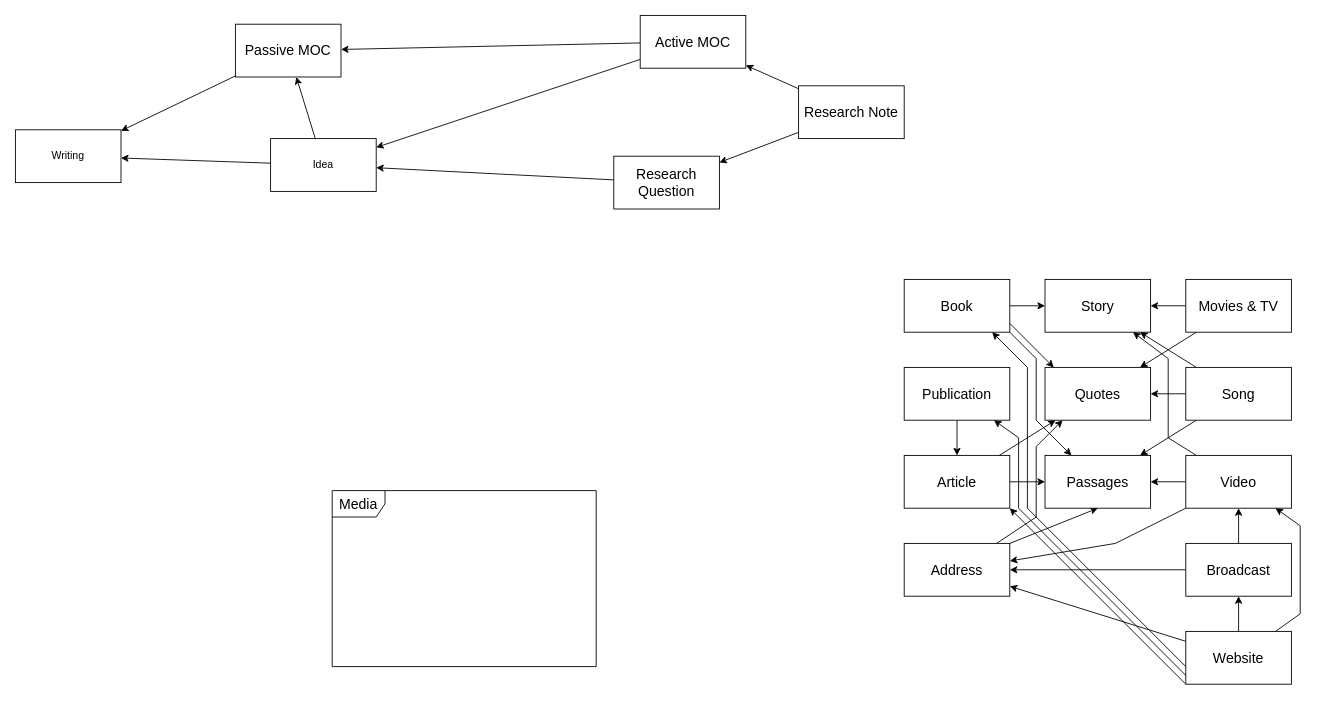
The draw.io diagram Obsidian Structure.drawio in Badwolf369/Diagrams, before the edit. Source tidied: cells renumbered, new cells numbered last; positions are measured from the earlier drawing's top-left corner, leaving out a move shared by most shapes. Both pictures are drawn from the tidied source at 88%, with x=0, y=0 at pixel (15, 15).
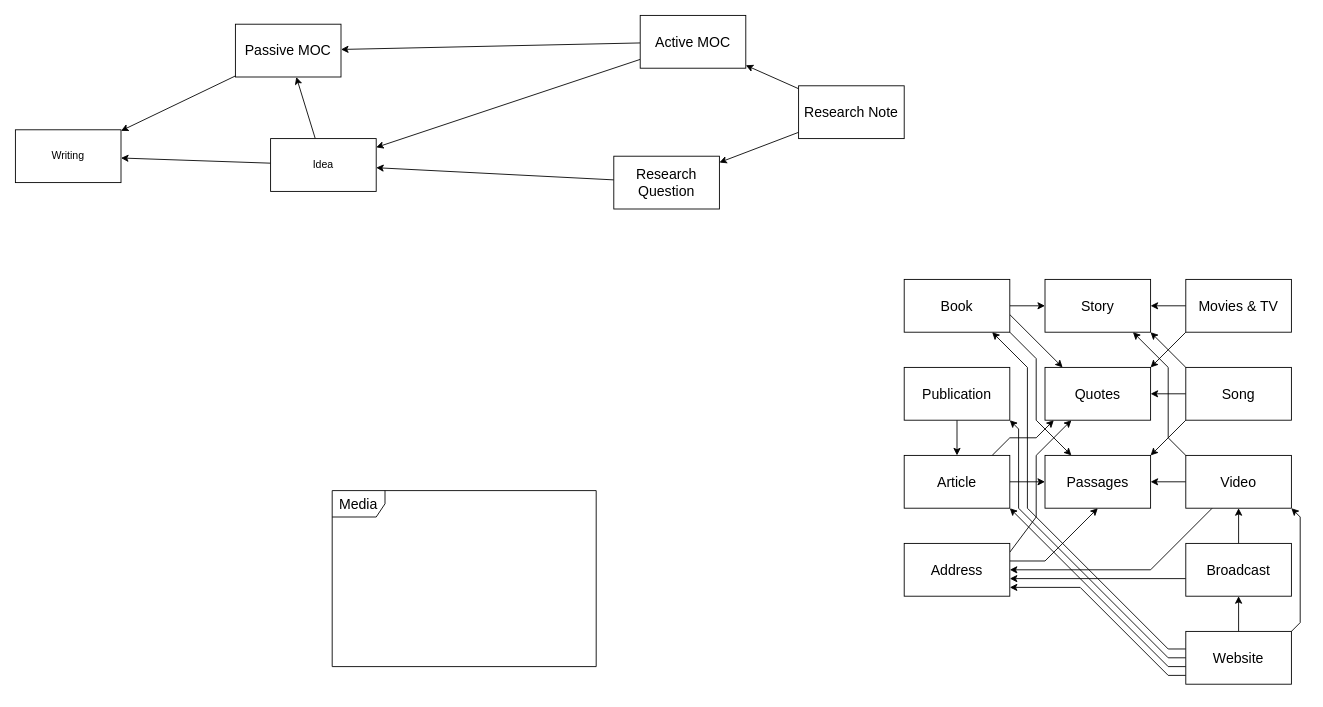
The same diagram, later.

The change refers to these unchanged cells:
```xml
<mxCell id="19" value="Article" style="rounded=0;whiteSpace=wrap;html=1;fontSize=16;" parent="1" vertex="1">
  <mxGeometry x="1010" y="500" width="120" height="60" as="geometry" />
</mxCell>
<mxCell id="21" value="Publication" style="rounded=0;whiteSpace=wrap;html=1;fontSize=16;" parent="1" vertex="1">
  <mxGeometry x="1010" y="400" width="120" height="60" as="geometry" />
</mxCell>
<mxCell id="25" value="Book" style="rounded=0;whiteSpace=wrap;html=1;fontSize=16;" parent="1" vertex="1">
  <mxGeometry x="1010" y="300" width="120" height="60" as="geometry" />
</mxCell>
<mxCell id="28" value="Address" style="rounded=0;whiteSpace=wrap;html=1;fontSize=16;" parent="1" vertex="1">
  <mxGeometry x="1010" y="600" width="120" height="60" as="geometry" />
</mxCell>
<mxCell id="29" value="Passages" style="rounded=0;whiteSpace=wrap;html=1;fontSize=16;" parent="1" vertex="1">
  <mxGeometry x="1170" y="500" width="120" height="60" as="geometry" />
</mxCell>
<mxCell id="30" value="Quotes" style="rounded=0;whiteSpace=wrap;html=1;fontSize=16;" parent="1" vertex="1">
  <mxGeometry x="1170" y="400" width="120" height="60" as="geometry" />
</mxCell>
<mxCell id="31" value="Story" style="rounded=0;whiteSpace=wrap;html=1;fontSize=16;" parent="1" vertex="1">
  <mxGeometry x="1170" y="300" width="120" height="60" as="geometry" />
</mxCell>
<mxCell id="35" value="Song" style="rounded=0;whiteSpace=wrap;html=1;fontSize=16;" parent="1" vertex="1">
  <mxGeometry x="1330" y="400" width="120" height="60" as="geometry" />
</mxCell>
<mxCell id="38" value="Movies &amp;amp; TV" style="rounded=0;whiteSpace=wrap;html=1;fontSize=16;" parent="1" vertex="1">
  <mxGeometry x="1330" y="300" width="120" height="60" as="geometry" />
</mxCell>
<mxCell id="42" value="Video" style="rounded=0;whiteSpace=wrap;html=1;fontSize=16;" parent="1" vertex="1">
  <mxGeometry x="1330" y="500" width="120" height="60" as="geometry" />
</mxCell>
<mxCell id="45" value="Broadcast" style="rounded=0;whiteSpace=wrap;html=1;fontSize=16;" parent="1" vertex="1">
  <mxGeometry x="1330" y="600" width="120" height="60" as="geometry" />
</mxCell>
<mxCell id="52" value="Website" style="rounded=0;whiteSpace=wrap;html=1;fontSize=16;" parent="1" vertex="1">
  <mxGeometry x="1330" y="700" width="120" height="60" as="geometry" />
</mxCell>
```

The edit, as a diff of the source:
```diff
@@
-    <mxCell id="18" style="edgeStyle=none;rounded=0;sketch=0;jettySize=auto;html=1;fontSize=12;endArrow=classic;endFill=1;startSize=6;endSize=6;" parent="1" edge="1" source="19" target="30">
-      <mxGeometry relative="1" as="geometry" />
+    <mxCell id="18" style="edgeStyle=none;rounded=0;sketch=0;jettySize=auto;html=1;fontSize=12;endArrow=classic;endFill=1;startSize=6;endSize=6;exitX=0.833;exitY=0;exitDx=0;exitDy=0;exitPerimeter=0;" parent="1" edge="1" source="19">
+      <mxGeometry relative="1" as="geometry">
+        <mxPoint x="1180" y="460" as="targetPoint" />
+        <Array as="points">
+          <mxPoint x="1130" y="480" />
+          <mxPoint x="1140" y="480" />
+          <mxPoint x="1160" y="480" />
+        </Array>
+      </mxGeometry>
     </mxCell>
@@
-    <mxCell id="24" style="edgeStyle=none;rounded=0;sketch=0;jettySize=auto;html=1;fontSize=12;endArrow=classic;endFill=1;startSize=6;endSize=6;exitX=1;exitY=0.833;exitDx=0;exitDy=0;exitPerimeter=0;entryX=0.083;entryY=0;entryDx=0;entryDy=0;entryPerimeter=0;" parent="1" edge="1" source="25" target="30">
+    <mxCell id="24" style="edgeStyle=none;rounded=0;sketch=0;jettySize=auto;html=1;fontSize=12;endArrow=classic;endFill=1;startSize=6;endSize=6;exitX=1;exitY=0.667;exitDx=0;exitDy=0;exitPerimeter=0;entryX=0.167;entryY=0;entryDx=0;entryDy=0;entryPerimeter=0;" parent="1" edge="1" source="25" target="30">
       <mxGeometry relative="1" as="geometry" />
     </mxCell>
@@
-    <mxCell id="26" style="edgeStyle=none;rounded=0;sketch=0;jettySize=auto;html=1;fontSize=12;endArrow=classic;endFill=1;startSize=6;endSize=6;entryX=0.5;entryY=1;entryDx=0;entryDy=0;exitX=1;exitY=0;exitDx=0;exitDy=0;" parent="1" edge="1" source="28" target="29">
-      <mxGeometry relative="1" as="geometry" />
+    <mxCell id="26" style="edgeStyle=none;rounded=0;sketch=0;jettySize=auto;html=1;fontSize=12;endArrow=classic;endFill=1;startSize=6;endSize=6;entryX=0.5;entryY=1;entryDx=0;entryDy=0;exitX=1;exitY=0.333;exitDx=0;exitDy=0;exitPerimeter=0;" parent="1" edge="1" source="28" target="29">
+      <mxGeometry relative="1" as="geometry">
+        <Array as="points">
+          <mxPoint x="1170" y="620" />
+        </Array>
+      </mxGeometry>
     </mxCell>
-    <mxCell id="27" style="edgeStyle=none;rounded=0;sketch=0;jettySize=auto;html=1;fontSize=12;endArrow=classic;endFill=1;startSize=6;endSize=6;" parent="1" edge="1" source="28">
+    <mxCell id="27" style="edgeStyle=none;rounded=0;sketch=0;jettySize=auto;html=1;fontSize=12;endArrow=classic;endFill=1;startSize=6;endSize=6;exitX=1;exitY=0.167;exitDx=0;exitDy=0;exitPerimeter=0;entryX=0.25;entryY=1;entryDx=0;entryDy=0;" parent="1" edge="1" source="28" target="30">
       <mxGeometry relative="1" as="geometry">
-        <mxPoint x="1190" y="460" as="targetPoint" />
         <Array as="points">
           <mxPoint x="1160" y="570" />
-          <mxPoint x="1160" y="490" />
+          <mxPoint x="1160" y="500" />
         </Array>
       </mxGeometry>
     </mxCell>
@@
-    <mxCell id="32" style="edgeStyle=none;rounded=0;sketch=0;jettySize=auto;html=1;fontSize=12;endArrow=classic;endFill=1;startSize=6;endSize=6;" parent="1" edge="1" source="35" target="31">
+    <mxCell id="32" style="edgeStyle=none;rounded=0;sketch=0;jettySize=auto;html=1;fontSize=12;endArrow=classic;endFill=1;startSize=6;endSize=6;entryX=1;entryY=1;entryDx=0;entryDy=0;exitX=0;exitY=0;exitDx=0;exitDy=0;" parent="1" edge="1" source="35" target="31">
       <mxGeometry relative="1" as="geometry" />
     </mxCell>
@@
-    <mxCell id="34" style="edgeStyle=none;rounded=0;sketch=0;jettySize=auto;html=1;fontSize=12;endArrow=classic;endFill=1;startSize=6;endSize=6;" parent="1" edge="1" source="35" target="29">
+    <mxCell id="34" style="edgeStyle=none;rounded=0;sketch=0;jettySize=auto;html=1;fontSize=12;endArrow=classic;endFill=1;startSize=6;endSize=6;entryX=1;entryY=0;entryDx=0;entryDy=0;exitX=0;exitY=1;exitDx=0;exitDy=0;" parent="1" edge="1" source="35" target="29">
       <mxGeometry relative="1" as="geometry" />
     </mxCell>
@@
-    <mxCell id="36" style="edgeStyle=none;rounded=0;sketch=0;jettySize=auto;html=1;fontSize=12;endArrow=classic;endFill=1;startSize=6;endSize=6;" parent="1" edge="1" source="38" target="30">
+    <mxCell id="36" style="edgeStyle=none;rounded=0;sketch=0;jettySize=auto;html=1;fontSize=12;endArrow=classic;endFill=1;startSize=6;endSize=6;entryX=1;entryY=0;entryDx=0;entryDy=0;exitX=0;exitY=1;exitDx=0;exitDy=0;" parent="1" edge="1" source="38" target="30">
       <mxGeometry relative="1" as="geometry" />
     </mxCell>
@@
-    <mxCell id="39" style="edgeStyle=none;rounded=0;sketch=0;jettySize=auto;html=1;fontSize=12;endArrow=classic;endFill=1;startSize=6;endSize=6;" parent="1" edge="1" source="42" target="31">
+    <mxCell id="39" style="edgeStyle=none;rounded=0;sketch=0;jettySize=auto;html=1;fontSize=12;endArrow=classic;endFill=1;startSize=6;endSize=6;exitX=0;exitY=0;exitDx=0;exitDy=0;entryX=0.833;entryY=1;entryDx=0;entryDy=0;entryPerimeter=0;" parent="1" edge="1" source="42" target="31">
       <mxGeometry relative="1" as="geometry">
         <Array as="points">
           <mxPoint x="1310" y="480" />
-          <mxPoint x="1310" y="390" />
+          <mxPoint x="1310" y="400" />
         </Array>
       </mxGeometry>
     </mxCell>
-    <mxCell id="40" style="edgeStyle=none;rounded=0;sketch=0;jettySize=auto;html=1;fontSize=12;endArrow=classic;endFill=1;startSize=6;endSize=6;" parent="1" edge="1" source="42" target="28">
+    <mxCell id="40" style="edgeStyle=none;rounded=0;sketch=0;jettySize=auto;html=1;fontSize=12;endArrow=classic;endFill=1;startSize=6;endSize=6;entryX=1;entryY=0.5;entryDx=0;entryDy=0;" parent="1" edge="1" source="42" target="28">
       <mxGeometry relative="1" as="geometry">
         <Array as="points">
-          <mxPoint x="1250" y="600" />
+          <mxPoint x="1290" y="630" />
         </Array>
       </mxGeometry>
     </mxCell>
@@
-    <mxCell id="43" style="edgeStyle=none;rounded=0;sketch=0;jettySize=auto;html=1;fontSize=12;endArrow=classic;endFill=1;startSize=6;endSize=6;" parent="1" edge="1" source="45" target="28">
+    <mxCell id="43" style="edgeStyle=none;rounded=0;sketch=0;jettySize=auto;html=1;fontSize=12;endArrow=classic;endFill=1;startSize=6;endSize=6;entryX=1;entryY=0.667;entryDx=0;entryDy=0;entryPerimeter=0;exitX=0;exitY=0.667;exitDx=0;exitDy=0;exitPerimeter=0;" parent="1" edge="1" source="45" target="28">
       <mxGeometry relative="1" as="geometry" />
     </mxCell>
@@
-    <mxCell id="46" style="edgeStyle=none;rounded=0;sketch=0;jettySize=auto;html=1;fontSize=12;endArrow=classic;endFill=1;startSize=6;endSize=6;" parent="1" edge="1" source="52" target="42">
+    <mxCell id="46" style="edgeStyle=none;rounded=0;sketch=0;jettySize=auto;html=1;fontSize=12;endArrow=classic;endFill=1;startSize=6;endSize=6;exitX=1;exitY=0;exitDx=0;exitDy=0;entryX=1;entryY=1;entryDx=0;entryDy=0;" parent="1" edge="1" source="52" target="42">
       <mxGeometry relative="1" as="geometry">
         <Array as="points">
-          <mxPoint x="1460" y="680" />
-          <mxPoint x="1460" y="580" />
+          <mxPoint x="1460" y="690" />
+          <mxPoint x="1460" y="570" />
         </Array>
       </mxGeometry>
     </mxCell>
-    <mxCell id="47" style="edgeStyle=none;rounded=0;sketch=0;jettySize=auto;html=1;fontSize=12;endArrow=classic;endFill=1;startSize=6;endSize=6;" parent="1" edge="1" source="52" target="28">
-      <mxGeometry relative="1" as="geometry" />
+    <mxCell id="47" style="edgeStyle=none;rounded=0;sketch=0;jettySize=auto;html=1;fontSize=12;endArrow=classic;endFill=1;startSize=6;endSize=6;exitX=0;exitY=0.833;exitDx=0;exitDy=0;exitPerimeter=0;entryX=1;entryY=0.833;entryDx=0;entryDy=0;entryPerimeter=0;" parent="1" edge="1" source="52" target="28">
+      <mxGeometry relative="1" as="geometry">
+        <Array as="points">
+          <mxPoint x="1310" y="750" />
+          <mxPoint x="1210" y="650" />
+        </Array>
+      </mxGeometry>
     </mxCell>
@@
-    <mxCell id="49" style="edgeStyle=none;rounded=0;sketch=0;jettySize=auto;html=1;fontSize=12;endArrow=classic;endFill=1;startSize=6;endSize=6;exitX=0;exitY=0.833;exitDx=0;exitDy=0;exitPerimeter=0;" parent="1" edge="1" source="52" target="21">
+    <mxCell id="49" style="edgeStyle=none;rounded=0;sketch=0;jettySize=auto;html=1;fontSize=12;endArrow=classic;endFill=1;startSize=6;endSize=6;exitX=0;exitY=0.5;exitDx=0;exitDy=0;" parent="1" edge="1" source="52">
       <mxGeometry relative="1" as="geometry">
+        <mxPoint x="1130" y="460" as="targetPoint" />
         <Array as="points">
+          <mxPoint x="1310" y="730" />
           <mxPoint x="1140" y="560" />
-          <mxPoint x="1140" y="480" />
+          <mxPoint x="1140" y="470" />
         </Array>
       </mxGeometry>
     </mxCell>
-    <mxCell id="50" style="edgeStyle=none;rounded=0;sketch=0;jettySize=auto;html=1;fontSize=12;endArrow=classic;endFill=1;startSize=6;endSize=6;entryX=1;entryY=1;entryDx=0;entryDy=0;exitX=0;exitY=1;exitDx=0;exitDy=0;" parent="1" edge="1" source="52" target="19">
-      <mxGeometry relative="1" as="geometry" />
+    <mxCell id="50" style="edgeStyle=none;rounded=0;sketch=0;jettySize=auto;html=1;fontSize=12;endArrow=classic;endFill=1;startSize=6;endSize=6;entryX=1;entryY=1;entryDx=0;entryDy=0;exitX=0;exitY=0.667;exitDx=0;exitDy=0;exitPerimeter=0;" parent="1" edge="1" source="52" target="19">
+      <mxGeometry relative="1" as="geometry">
+        <Array as="points">
+          <mxPoint x="1310" y="740" />
+        </Array>
+      </mxGeometry>
     </mxCell>
-    <mxCell id="51" style="edgeStyle=none;rounded=0;sketch=0;jettySize=auto;html=1;fontSize=12;endArrow=classic;endFill=1;startSize=6;endSize=6;entryX=0.833;entryY=1;entryDx=0;entryDy=0;entryPerimeter=0;exitX=0;exitY=0.667;exitDx=0;exitDy=0;exitPerimeter=0;" parent="1" edge="1" source="52" target="25">
+    <mxCell id="51" style="edgeStyle=none;rounded=0;sketch=0;jettySize=auto;html=1;fontSize=12;endArrow=classic;endFill=1;startSize=6;endSize=6;entryX=0.833;entryY=1;entryDx=0;entryDy=0;entryPerimeter=0;exitX=0;exitY=0.333;exitDx=0;exitDy=0;exitPerimeter=0;" parent="1" edge="1" source="52" target="25">
       <mxGeometry relative="1" as="geometry">
         <Array as="points">
+          <mxPoint x="1310" y="720" />
           <mxPoint x="1150" y="560" />
           <mxPoint x="1150" y="400" />
         </Array>
       </mxGeometry>
     </mxCell>
```
